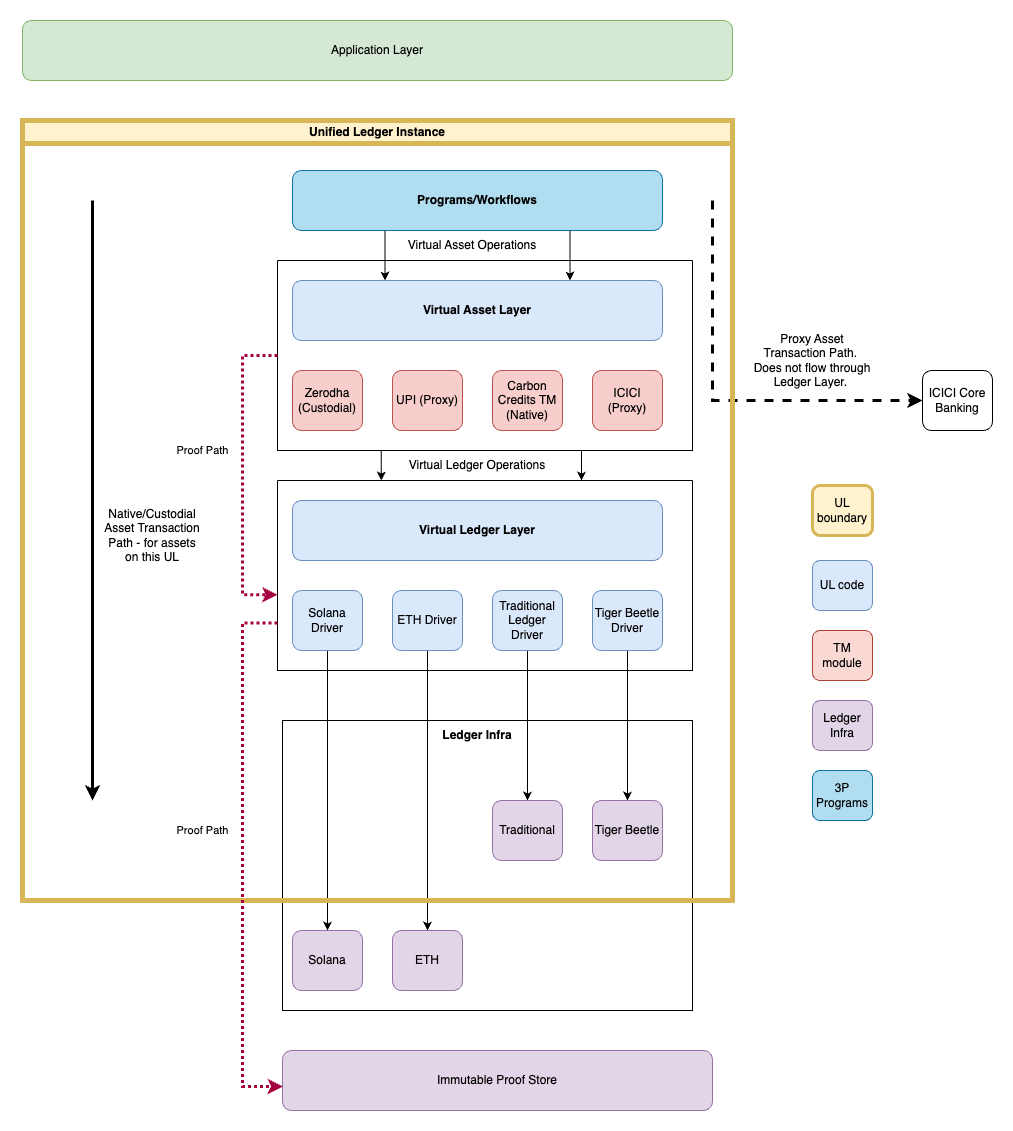
Before: docs/runtime-primitives/assets/block-diagram.png, a diagram exported from draw.io (NishantJoshi00/finternet-api). Source tidied: cells renumbered, new cells last; positions are measured from the earlier drawing's top-left corner, leaving out a move shared by most shapes.
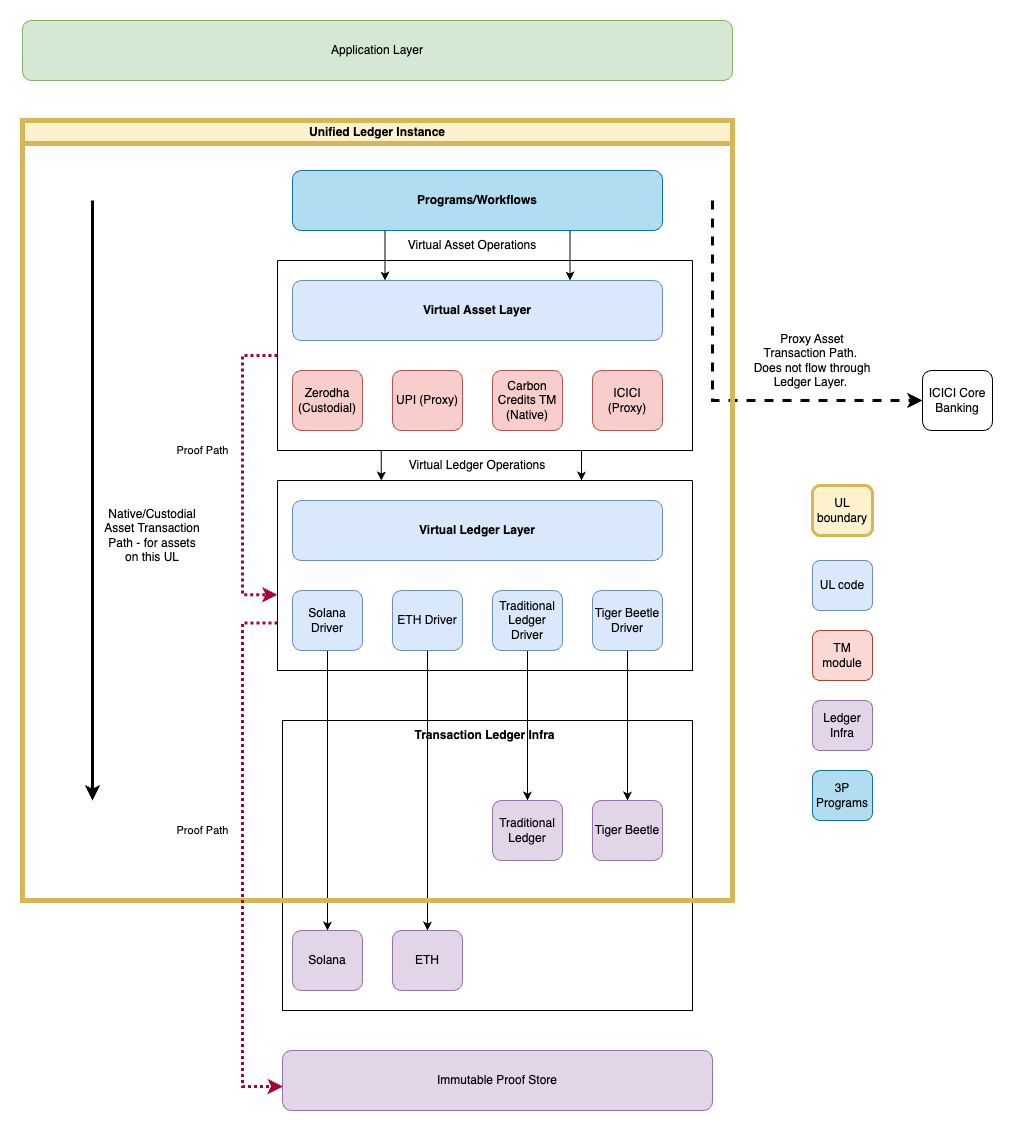
After the commit.

Diff of the diagram source:
```diff
@@ -99,11 +99,11 @@
     <mxCell id="30" value="Virtual Asset Operations" style="text;html=1;align=center;verticalAlign=middle;whiteSpace=wrap;rounded=0;" parent="26" vertex="1">
       <mxGeometry x="380" y="110" width="140" height="30" as="geometry" />
     </mxCell>
-    <mxCell id="31" value="Traditional" style="rounded=1;whiteSpace=wrap;html=1;fillColor=#e1d5e7;strokeColor=#9673a6;" parent="26" vertex="1">
+    <mxCell id="31" value="Traditional Ledger" style="rounded=1;whiteSpace=wrap;html=1;fillColor=#e1d5e7;strokeColor=#9673a6;" parent="26" vertex="1">
       <mxGeometry x="470" y="680" width="70" height="60" as="geometry" />
     </mxCell>
-    <mxCell id="32" value="Ledger Infra" style="text;html=1;align=center;verticalAlign=middle;whiteSpace=wrap;rounded=0;fontStyle=1;" parent="26" vertex="1">
-      <mxGeometry x="385" y="600" width="140" height="30" as="geometry" />
+    <mxCell id="32" value="Transaction Ledger Infra" style="text;html=1;align=center;verticalAlign=middle;whiteSpace=wrap;rounded=0;fontStyle=1;" parent="26" vertex="1">
+      <mxGeometry x="385" y="600" width="155" height="30" as="geometry" />
     </mxCell>
     <mxCell id="33" value="Immutable Proof Store" style="rounded=1;whiteSpace=wrap;html=1;fillColor=#e1d5e7;strokeColor=#9673a6;" parent="1" vertex="1">
       <mxGeometry x="260" y="1030" width="430" height="60" as="geometry" />
```
